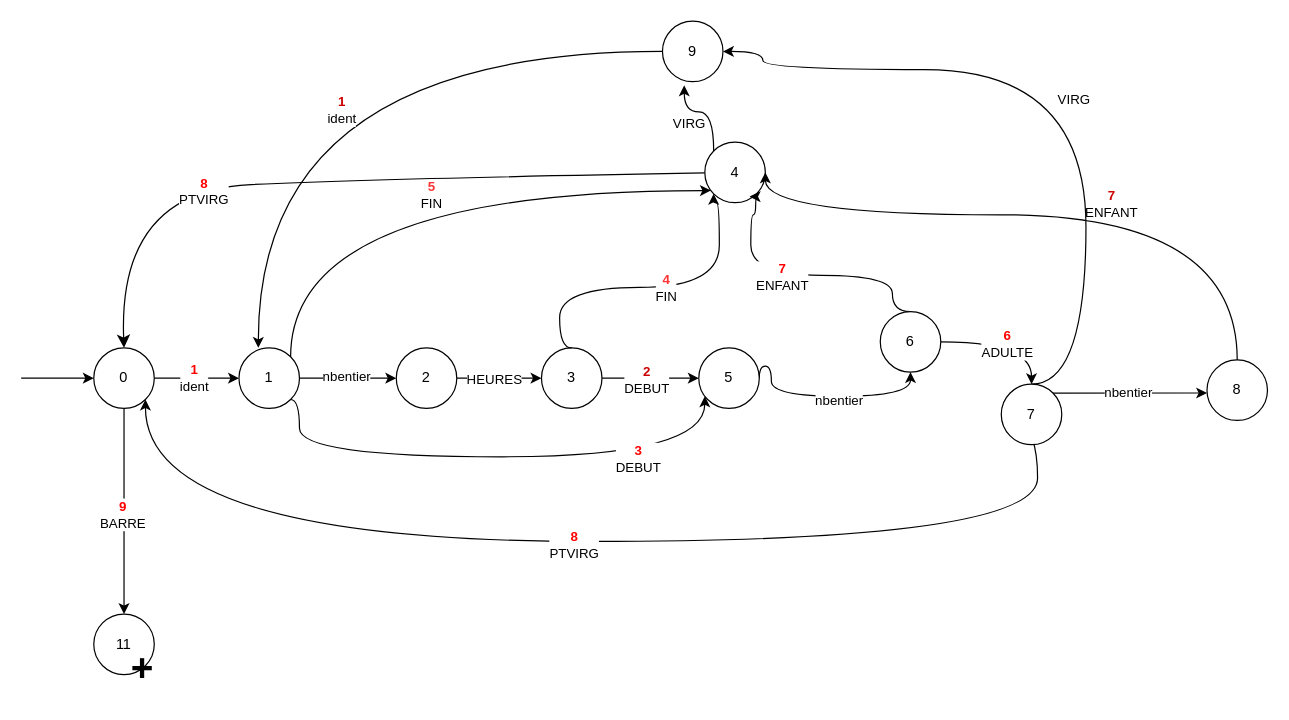
This is Automate.drawio from fluffy-den/Compile, a draw.io file, before an edit. Source tidied: cells renumbered, new cells numbered last; positions are measured from the earlier drawing's top-left corner, leaving out a move shared by most shapes. Both pictures are drawn from the tidied source at 121%, with x=0, y=0 at pixel (21, 21).
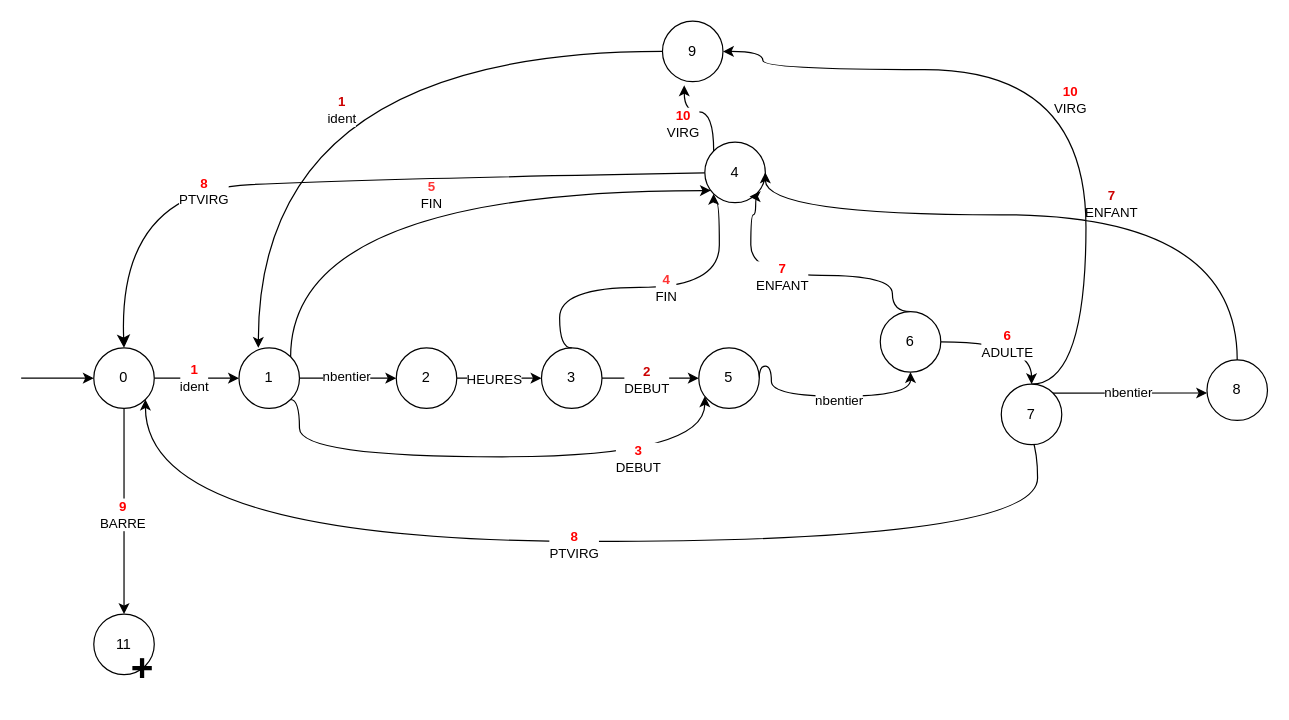
The same diagram, later.

Commit message:
~ Correction transition 4 et 9 avec VIRG et l'action 10.

Unchanged cells that the change refers to:
```xml
<mxCell id="42" style="edgeStyle=orthogonalEdgeStyle;curved=1;rounded=0;jettySize=auto;html=1;exitX=0.5;exitY=0;exitDx=0;exitDy=0;entryX=1;entryY=0.5;entryDx=0;entryDy=0;" parent="1" edge="1" source="44" target="17">
  <mxGeometry relative="1" as="geometry">
    <Array as="points">
      <mxPoint x="880" y="300" />
      <mxPoint x="880" y="40" />
      <mxPoint x="613" y="40" />
      <mxPoint x="613" y="25" />
    </Array>
  </mxGeometry>
</mxCell>
<mxCell id="45" style="edgeStyle=orthogonalEdgeStyle;curved=1;rounded=0;jettySize=auto;html=1;exitX=0;exitY=0;exitDx=0;exitDy=0;entryX=0.36;entryY=1.06;entryDx=0;entryDy=0;entryPerimeter=0;" parent="1" edge="1" source="16" target="17">
  <mxGeometry relative="1" as="geometry" />
</mxCell>
```

What changed in the source:
```diff
@@
-    <mxCell id="43" value="VIRG" style="edgeLabel;html=1;align=center;verticalAlign=middle;" parent="42" vertex="1">
-      <mxGeometry x="0.01" y="4" relative="1" as="geometry">
-        <mxPoint x="-3" y="20" as="offset" />
-      </mxGeometry>
-    </mxCell>
@@
-    <mxCell id="46" value="VIRG" style="edgeLabel;html=1;align=center;verticalAlign=middle;" parent="45" vertex="1">
-      <mxGeometry x="0.4" y="-10" relative="1" as="geometry">
-        <mxPoint x="2" y="19" as="offset" />
-      </mxGeometry>
-    </mxCell>
@@
+    <mxCell id="52" value="&lt;div&gt;&lt;font color=&quot;#ff0000&quot;&gt;&lt;b&gt;10&lt;/b&gt;&lt;/font&gt;&lt;/div&gt;&lt;div&gt;VIRG&lt;/div&gt;" style="edgeLabel;html=1;align=center;verticalAlign=middle;" parent="1" vertex="1">
+      <mxGeometry x="870" y="70" as="geometry">
+        <mxPoint x="-4" y="-6" as="offset" />
+      </mxGeometry>
+    </mxCell>
+    <mxCell id="53" value="&lt;div&gt;&lt;font color=&quot;#ff0000&quot;&gt;&lt;b&gt;10&lt;/b&gt;&lt;/font&gt;&lt;/div&gt;&lt;div&gt;VIRG&lt;/div&gt;" style="edgeLabel;html=1;align=center;verticalAlign=middle;" parent="1" vertex="1">
+      <mxGeometry x="550" y="90" as="geometry">
+        <mxPoint x="-4" y="-6" as="offset" />
+      </mxGeometry>
+    </mxCell>
```
